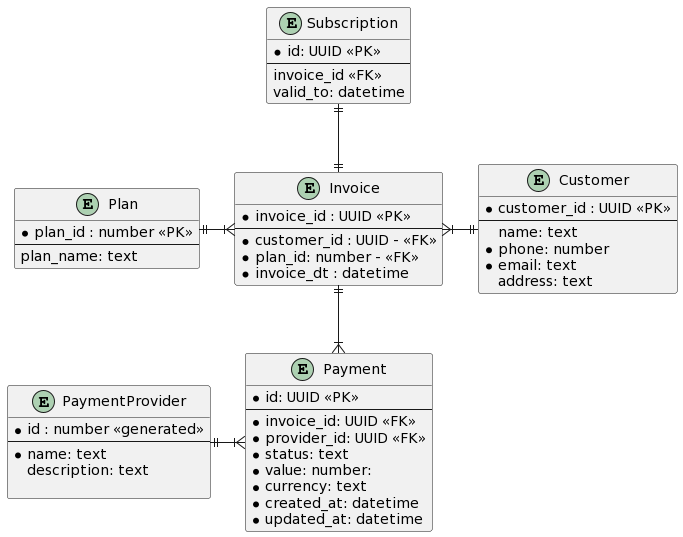
Earlier version of the PlantUML export architecture/db_entities.png (AlexanderZharyuk/billing-service). Source of this version:
```plantuml
@startuml

skinparam linetype ortho

entity "Invoice" as invoice {
  *invoice_id : UUID <<PK>>
  --
  *customer_id : UUID - <<FK>>
  *plan_id: number - <<FK>>
  *invoice_dt : datetime
}

entity "Subscription" as subscription {
  *id: UUID <<PK>>
  --
  invoice_id <<FK>>
  valid_to: datetime
}

entity "Plan" as plan {
  *plan_id : number <<PK>>
  --
  plan_name: text
}

entity "Customer" as customer {
  *customer_id : UUID <<PK>>
  --
  name: text
  *phone: number
  *email: text
  address: text
}


entity "Payment" as payment {
  *id: UUID <<PK>>
  --
  *invoice_id: UUID <<FK>>
  *provider_id: UUID <<FK>>
  *status: text
  *value: number:
  *currency: text
  *created_at: datetime
  *updated_at: datetime
}


entity "PaymentProvider" as provider {
  *id : number <<generated>>
  --
  *name: text
  description: text

}


invoice ||-up-|| subscription
invoice }|-left-|| plan
invoice }|-right-|| customer
invoice ||--|{ payment
payment }|-left-|| provider
@enduml
```
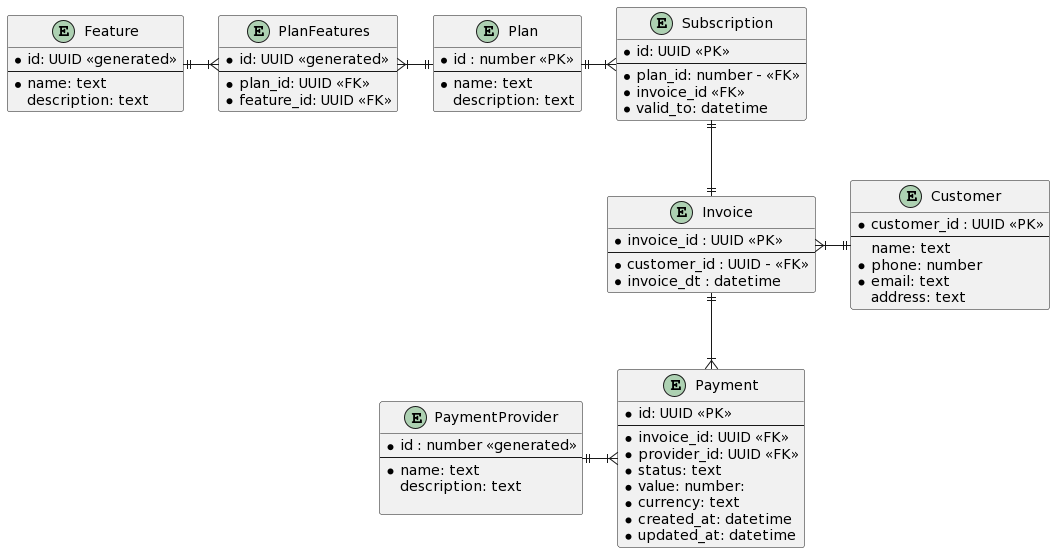
Above is the later version.

What changed in the source:
```diff
@@ -1,26 +1,26 @@
 @startuml
-
 skinparam linetype ortho
 
 entity "Invoice" as invoice {
   *invoice_id : UUID <<PK>>
   --
   *customer_id : UUID - <<FK>>
-  *plan_id: number - <<FK>>
   *invoice_dt : datetime
 }
 
 entity "Subscription" as subscription {
   *id: UUID <<PK>>
   --
-  invoice_id <<FK>>
-  valid_to: datetime
+  *plan_id: number - <<FK>>
+  *invoice_id <<FK>>
+  *valid_to: datetime
 }
 
 entity "Plan" as plan {
-  *plan_id : number <<PK>>
+  *id : number <<PK>>
   --
-  plan_name: text
+  *name: text
+  description: text
 }
 
 entity "Customer" as customer {
@@ -55,9 +55,27 @@
 }
 
 
+entity "Feature" as feature{
+  *id: UUID <<generated>>
+  --
+  *name: text
+  description: text
+}
+
+
+entity "PlanFeatures" as plan_features {
+  *id: UUID <<generated>>
+  --
+  *plan_id: UUID <<FK>>
+  *feature_id: UUID <<FK>>
+}
+
+
 invoice ||-up-|| subscription
-invoice }|-left-|| plan
+subscription }|-left-|| plan
 invoice }|-right-|| customer
 invoice ||--|{ payment
 payment }|-left-|| provider
+plan ||-left-|{ plan_features
+plan_features }|-left-|| feature
 @enduml
```
